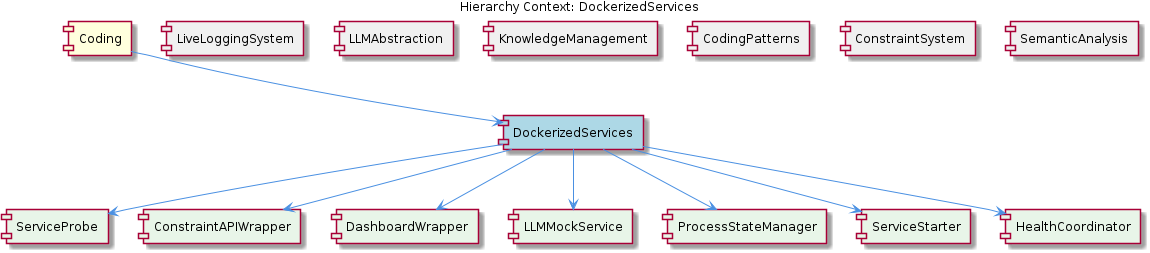
Before: knowledge-management/insights/images/dockerized-services-relationship.png, a diagram exported from PlantUML (fwornle/coding). Its source is kept beside it as .data/knowledge-graph/insights/puml/dockerized-services-relationship.puml.
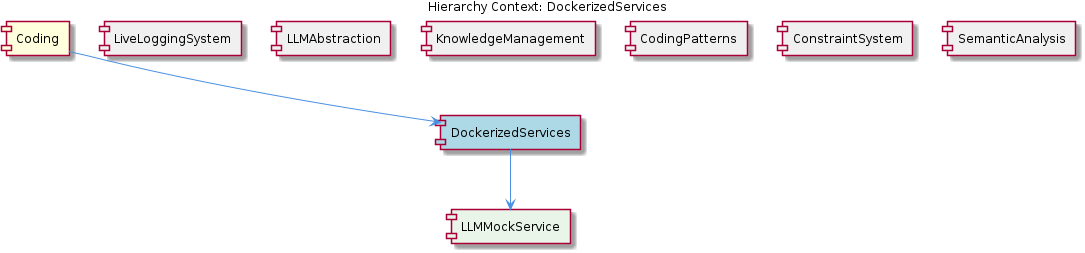
After the commit.

Diff of the diagram source:
```diff
@@ -11,13 +11,7 @@
 [CodingPatterns] as coding_patterns #F0F0F0
 [ConstraintSystem] as constraint_system #F0F0F0
 [SemanticAnalysis] as semantic_analysis #F0F0F0
-[ServiceProbe] as service_probe #E8F5E8
-[ConstraintAPIWrapper] as constraint_apiwrapper #E8F5E8
-[DashboardWrapper] as dashboard_wrapper #E8F5E8
 [LLMMockService] as llmmock_service #E8F5E8
-[ProcessStateManager] as process_state_manager #E8F5E8
-[ServiceStarter] as service_starter #E8F5E8
-[HealthCoordinator] as health_coordinator #E8F5E8
 
 coding --> dockerized_services
 live_logging_system -[hidden]- dockerized_services
@@ -26,12 +20,6 @@
 coding_patterns -[hidden]- dockerized_services
 constraint_system -[hidden]- dockerized_services
 semantic_analysis -[hidden]- dockerized_services
-dockerized_services --> service_probe
-dockerized_services --> constraint_apiwrapper
-dockerized_services --> dashboard_wrapper
 dockerized_services --> llmmock_service
-dockerized_services --> process_state_manager
-dockerized_services --> service_starter
-dockerized_services --> health_coordinator
 
 @enduml
```
